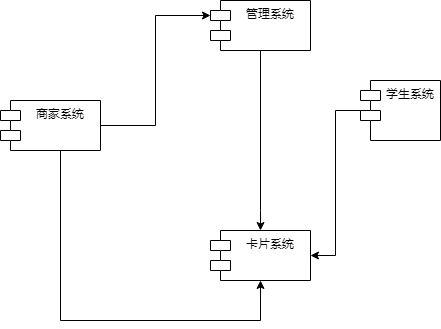
This is week01/组件图.png from xiaozhubao/jg, a draw.io export, as it was before one commit. Source tidied: cells renumbered, new cells last; positions are measured from the earlier drawing's top-left corner, leaving out a move shared by most shapes.
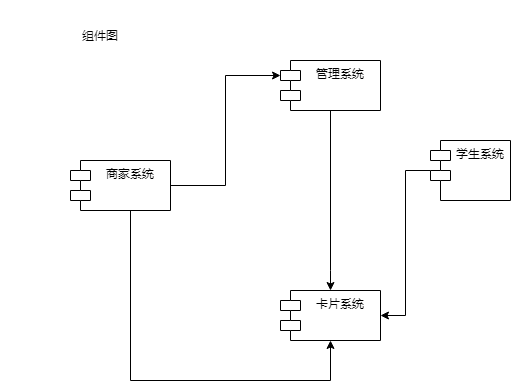
Above is the later version.

Commit message:
更新组件图.png

The edit, as a diff of the source:
```diff
@@ -35,5 +35,8 @@
     <mxCell id="9" value="卡片系统" style="shape=module;align=left;spacingLeft=20;align=center;verticalAlign=top;" parent="1" vertex="1">
       <mxGeometry x="210" y="230" width="100" height="50" as="geometry" />
     </mxCell>
+    <mxCell id="10" value="组件图" style="text;html=1;strokeColor=none;fillColor=none;align=center;verticalAlign=middle;whiteSpace=wrap;rounded=0;" parent="1" vertex="1">
+      <mxGeometry x="-70" y="-60" width="200" height="70" as="geometry" />
+    </mxCell>
   </root>
 </mxGraphModel>
```
